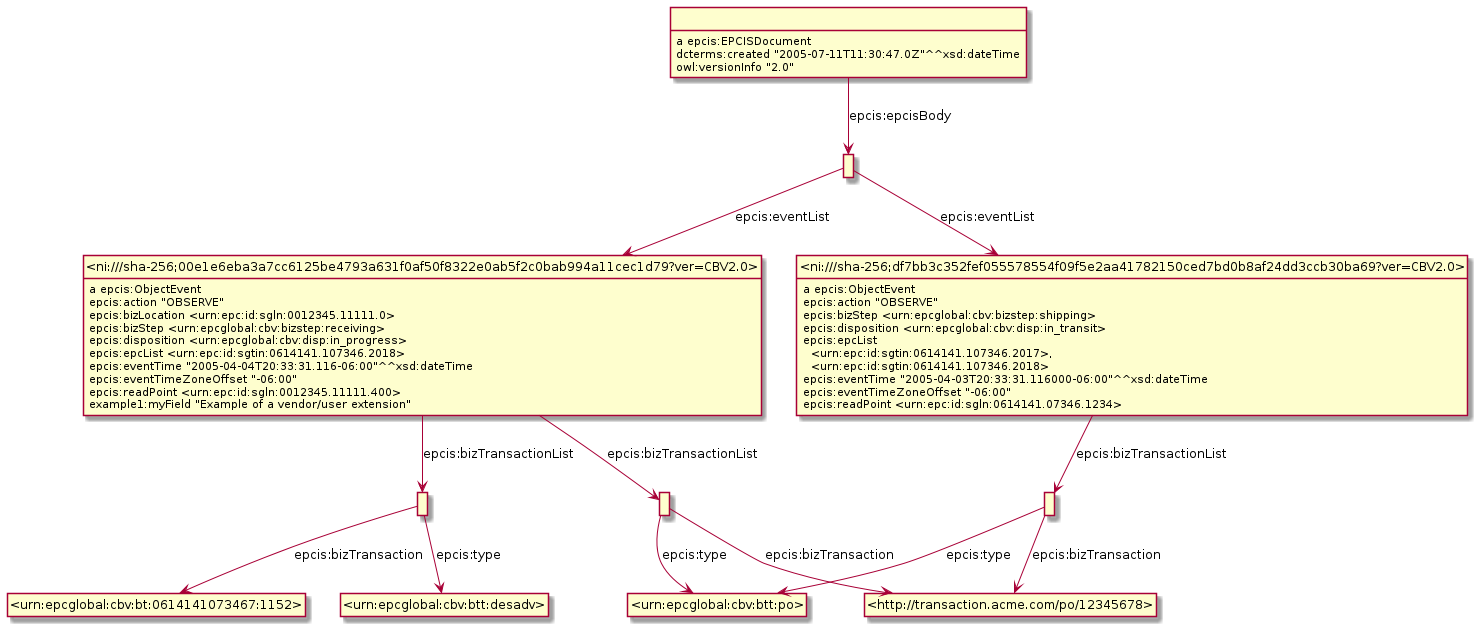
gs1/EPCIS keeps this PlantUML diagram as Diagrams/Example_9.6.1-ObjectEvent.png. Above is the earlier version.
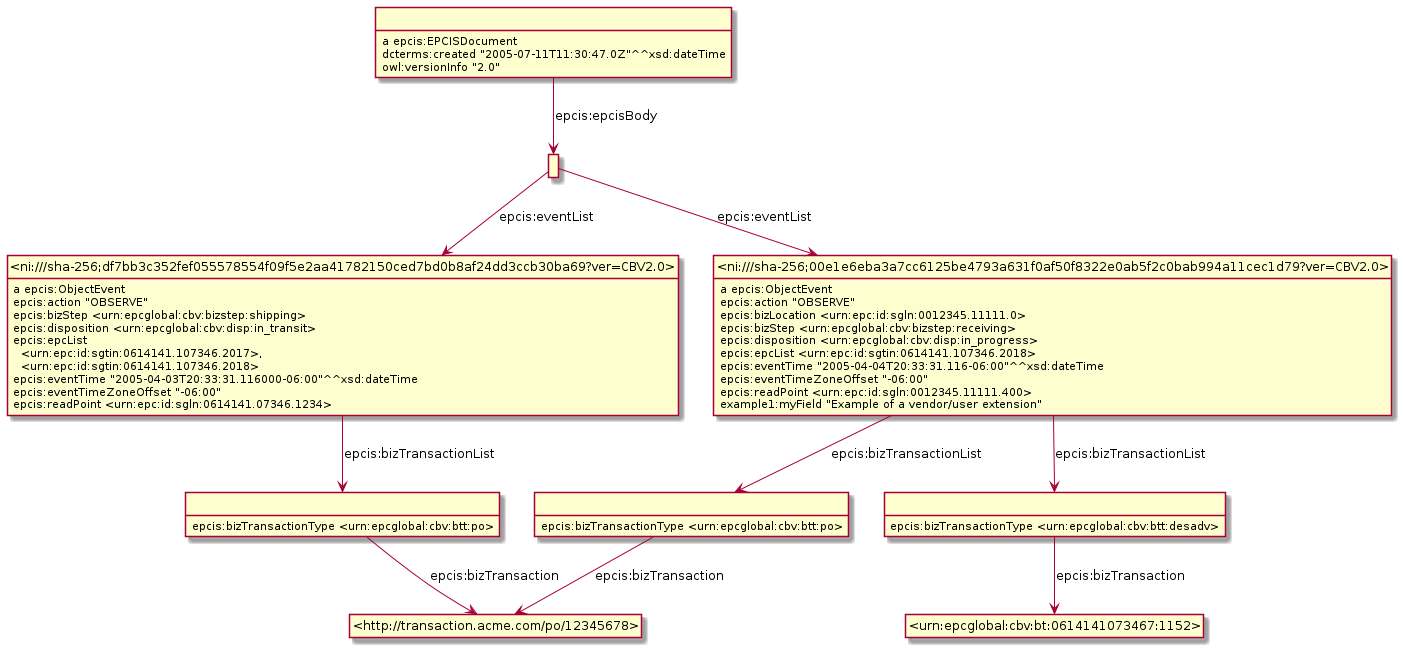
The same diagram one commit later.

Diff of the diagram source:
```diff
@@ -3,12 +3,16 @@
 hide empty attributes
 hide circle
 skinparam classAttributeIconSize 0
+class _r1623934075r1_ as " "
+class _ni_sha_256_df7bb3c352fef055578554f09f5e2aa41782150ced7bd0b8af24dd3ccb30ba69_ver_CBV2_0_ as "<ni:///sha-256;df7bb3c352fef055578554f09f5e2aa41782150ced7bd0b8af24dd3ccb30ba69?ver=CBV2.0>"
+_r1623934075r1_ -down-> _ni_sha_256_df7bb3c352fef055578554f09f5e2aa41782150ced7bd0b8af24dd3ccb30ba69_ver_CBV2_0_ : epcis:eventList
 class _ni_sha_256_00e1e6eba3a7cc6125be4793a631f0af50f8322e0ab5f2c0bab994a11cec1d79_ver_CBV2_0_ as "<ni:///sha-256;00e1e6eba3a7cc6125be4793a631f0af50f8322e0ab5f2c0bab994a11cec1d79?ver=CBV2.0>"
+_r1623934075r1_ -down-> _ni_sha_256_00e1e6eba3a7cc6125be4793a631f0af50f8322e0ab5f2c0bab994a11cec1d79_ver_CBV2_0_ : epcis:eventList
 _ni_sha_256_00e1e6eba3a7cc6125be4793a631f0af50f8322e0ab5f2c0bab994a11cec1d79_ver_CBV2_0_ : a epcis:ObjectEvent
-class _r1623307977r0_ as " "
-_ni_sha_256_00e1e6eba3a7cc6125be4793a631f0af50f8322e0ab5f2c0bab994a11cec1d79_ver_CBV2_0_ -down-> _r1623307977r0_ : epcis:bizTransactionList
-class _r1623307977r1_ as " "
-_ni_sha_256_00e1e6eba3a7cc6125be4793a631f0af50f8322e0ab5f2c0bab994a11cec1d79_ver_CBV2_0_ -down-> _r1623307977r1_ : epcis:bizTransactionList
+class _r1623934075r2_ as " "
+_ni_sha_256_00e1e6eba3a7cc6125be4793a631f0af50f8322e0ab5f2c0bab994a11cec1d79_ver_CBV2_0_ -down-> _r1623934075r2_ : epcis:bizTransactionList
+class _r1623934075r3_ as " "
+_ni_sha_256_00e1e6eba3a7cc6125be4793a631f0af50f8322e0ab5f2c0bab994a11cec1d79_ver_CBV2_0_ -down-> _r1623934075r3_ : epcis:bizTransactionList
 _ni_sha_256_00e1e6eba3a7cc6125be4793a631f0af50f8322e0ab5f2c0bab994a11cec1d79_ver_CBV2_0_ : epcis:action "OBSERVE"
 _ni_sha_256_00e1e6eba3a7cc6125be4793a631f0af50f8322e0ab5f2c0bab994a11cec1d79_ver_CBV2_0_ : epcis:bizLocation <urn:epc:id:sgln:0012345.11111.0>
 _ni_sha_256_00e1e6eba3a7cc6125be4793a631f0af50f8322e0ab5f2c0bab994a11cec1d79_ver_CBV2_0_ : epcis:bizStep <urn:epcglobal:cbv:bizstep:receiving>
@@ -18,19 +22,15 @@
 _ni_sha_256_00e1e6eba3a7cc6125be4793a631f0af50f8322e0ab5f2c0bab994a11cec1d79_ver_CBV2_0_ : epcis:eventTimeZoneOffset "-06:00"
 _ni_sha_256_00e1e6eba3a7cc6125be4793a631f0af50f8322e0ab5f2c0bab994a11cec1d79_ver_CBV2_0_ : epcis:readPoint <urn:epc:id:sgln:0012345.11111.400>
 _ni_sha_256_00e1e6eba3a7cc6125be4793a631f0af50f8322e0ab5f2c0bab994a11cec1d79_ver_CBV2_0_ : example1:myField "Example of a vendor/user extension"
-class _r1623307977r2_ as " "
-class _urn_epcglobal_cbv_btt_po_ as "<urn:epcglobal:cbv:btt:po>"
-_r1623307977r2_ -down-> _urn_epcglobal_cbv_btt_po_ : epcis:type
+class _r1623934075r4_ as " "
 class _http_transaction_acme_com_po_12345678_ as "<http://transaction.acme.com/po/12345678>"
-_r1623307977r2_ -down-> _http_transaction_acme_com_po_12345678_ : epcis:bizTransaction
-_r1623307977r0_ -down-> _http_transaction_acme_com_po_12345678_ : epcis:bizTransaction
-_r1623307977r0_ -down-> _urn_epcglobal_cbv_btt_po_ : epcis:type
-class _r1623307977r4_ as " "
-_r1623307977r4_ -down-> _ni_sha_256_00e1e6eba3a7cc6125be4793a631f0af50f8322e0ab5f2c0bab994a11cec1d79_ver_CBV2_0_ : epcis:eventList
-class _ni_sha_256_df7bb3c352fef055578554f09f5e2aa41782150ced7bd0b8af24dd3ccb30ba69_ver_CBV2_0_ as "<ni:///sha-256;df7bb3c352fef055578554f09f5e2aa41782150ced7bd0b8af24dd3ccb30ba69?ver=CBV2.0>"
-_r1623307977r4_ -down-> _ni_sha_256_df7bb3c352fef055578554f09f5e2aa41782150ced7bd0b8af24dd3ccb30ba69_ver_CBV2_0_ : epcis:eventList
+_r1623934075r4_ -down-> _http_transaction_acme_com_po_12345678_ : epcis:bizTransaction
+_r1623934075r4_ : epcis:bizTransactionType <urn:epcglobal:cbv:btt:po>
+class _urn_epcglobal_cbv_bt_0614141073467_1152_ as "<urn:epcglobal:cbv:bt:0614141073467:1152>"
+_r1623934075r3_ -down-> _urn_epcglobal_cbv_bt_0614141073467_1152_ : epcis:bizTransaction
+_r1623934075r3_ : epcis:bizTransactionType <urn:epcglobal:cbv:btt:desadv>
 _ni_sha_256_df7bb3c352fef055578554f09f5e2aa41782150ced7bd0b8af24dd3ccb30ba69_ver_CBV2_0_ : a epcis:ObjectEvent
-_ni_sha_256_df7bb3c352fef055578554f09f5e2aa41782150ced7bd0b8af24dd3ccb30ba69_ver_CBV2_0_ -down-> _r1623307977r2_ : epcis:bizTransactionList
+_ni_sha_256_df7bb3c352fef055578554f09f5e2aa41782150ced7bd0b8af24dd3ccb30ba69_ver_CBV2_0_ -down-> _r1623934075r4_ : epcis:bizTransactionList
 _ni_sha_256_df7bb3c352fef055578554f09f5e2aa41782150ced7bd0b8af24dd3ccb30ba69_ver_CBV2_0_ : epcis:action "OBSERVE"
 _ni_sha_256_df7bb3c352fef055578554f09f5e2aa41782150ced7bd0b8af24dd3ccb30ba69_ver_CBV2_0_ : epcis:bizStep <urn:epcglobal:cbv:bizstep:shipping>
 _ni_sha_256_df7bb3c352fef055578554f09f5e2aa41782150ced7bd0b8af24dd3ccb30ba69_ver_CBV2_0_ : epcis:disposition <urn:epcglobal:cbv:disp:in_transit>
@@ -38,13 +38,11 @@
 _ni_sha_256_df7bb3c352fef055578554f09f5e2aa41782150ced7bd0b8af24dd3ccb30ba69_ver_CBV2_0_ : epcis:eventTime "2005-04-03T20:33:31.116000-06:00"^^xsd:dateTime
 _ni_sha_256_df7bb3c352fef055578554f09f5e2aa41782150ced7bd0b8af24dd3ccb30ba69_ver_CBV2_0_ : epcis:eventTimeZoneOffset "-06:00"
 _ni_sha_256_df7bb3c352fef055578554f09f5e2aa41782150ced7bd0b8af24dd3ccb30ba69_ver_CBV2_0_ : epcis:readPoint <urn:epc:id:sgln:0614141.07346.1234>
-class _r1623307977r3_ as " "
-_r1623307977r3_ : a epcis:EPCISDocument
-_r1623307977r3_ -down-> _r1623307977r4_ : epcis:epcisBody
-_r1623307977r3_ : dcterms:created "2005-07-11T11:30:47.0Z"^^xsd:dateTime
-_r1623307977r3_ : owl:versionInfo "2.0"
-class _urn_epcglobal_cbv_bt_0614141073467_1152_ as "<urn:epcglobal:cbv:bt:0614141073467:1152>"
-_r1623307977r1_ -down-> _urn_epcglobal_cbv_bt_0614141073467_1152_ : epcis:bizTransaction
-class _urn_epcglobal_cbv_btt_desadv_ as "<urn:epcglobal:cbv:btt:desadv>"
-_r1623307977r1_ -down-> _urn_epcglobal_cbv_btt_desadv_ : epcis:type
+class _r1623934075r0_ as " "
+_r1623934075r0_ : a epcis:EPCISDocument
+_r1623934075r0_ -down-> _r1623934075r1_ : epcis:epcisBody
+_r1623934075r0_ : dcterms:created "2005-07-11T11:30:47.0Z"^^xsd:dateTime
+_r1623934075r0_ : owl:versionInfo "2.0"
+_r1623934075r2_ -down-> _http_transaction_acme_com_po_12345678_ : epcis:bizTransaction
+_r1623934075r2_ : epcis:bizTransactionType <urn:epcglobal:cbv:btt:po>
 @enduml
```
